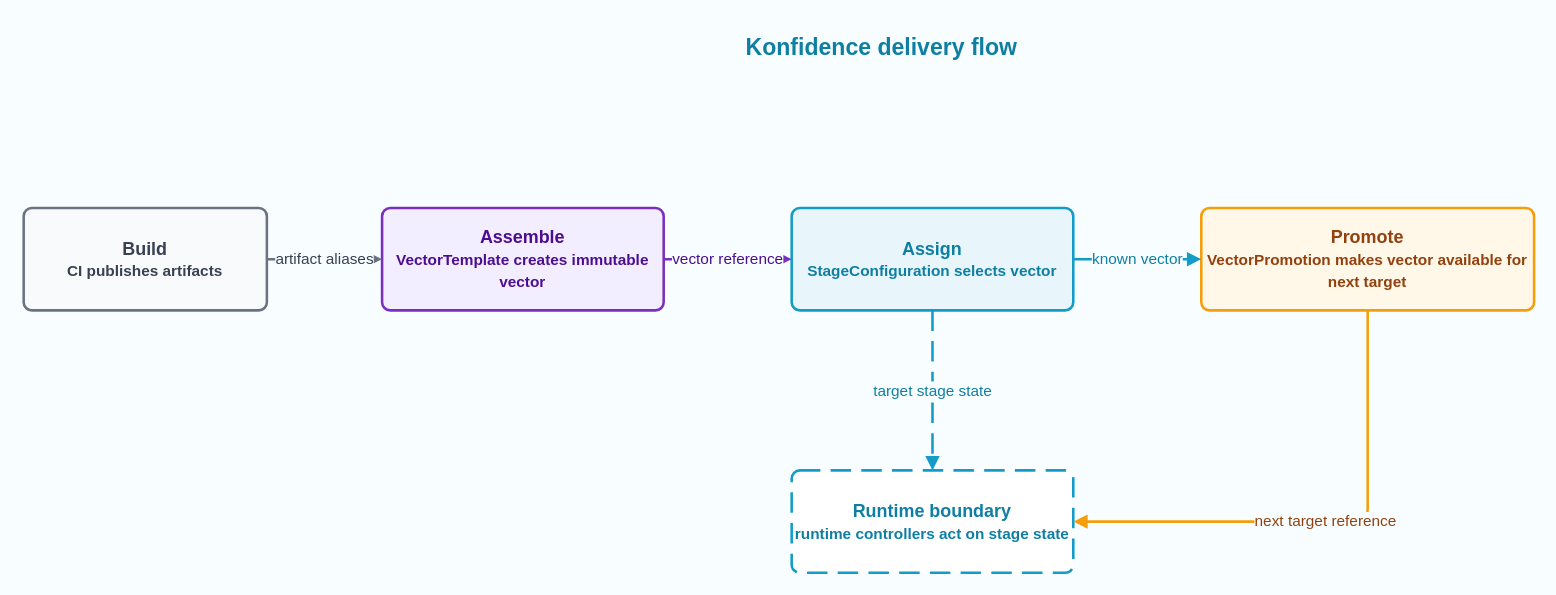
konfidence-project/konfidence-docs keeps this draw.io diagram as public/assets/diagrams/delivery-flow.drawio. Above is the earlier version. Source tidied: cells renumbered, new cells numbered last; positions are measured from the earlier drawing's top-left corner, leaving out a move shared by most shapes. Both pictures are drawn from the tidied source at 128%, with x=0, y=0 at pixel (23, 22).
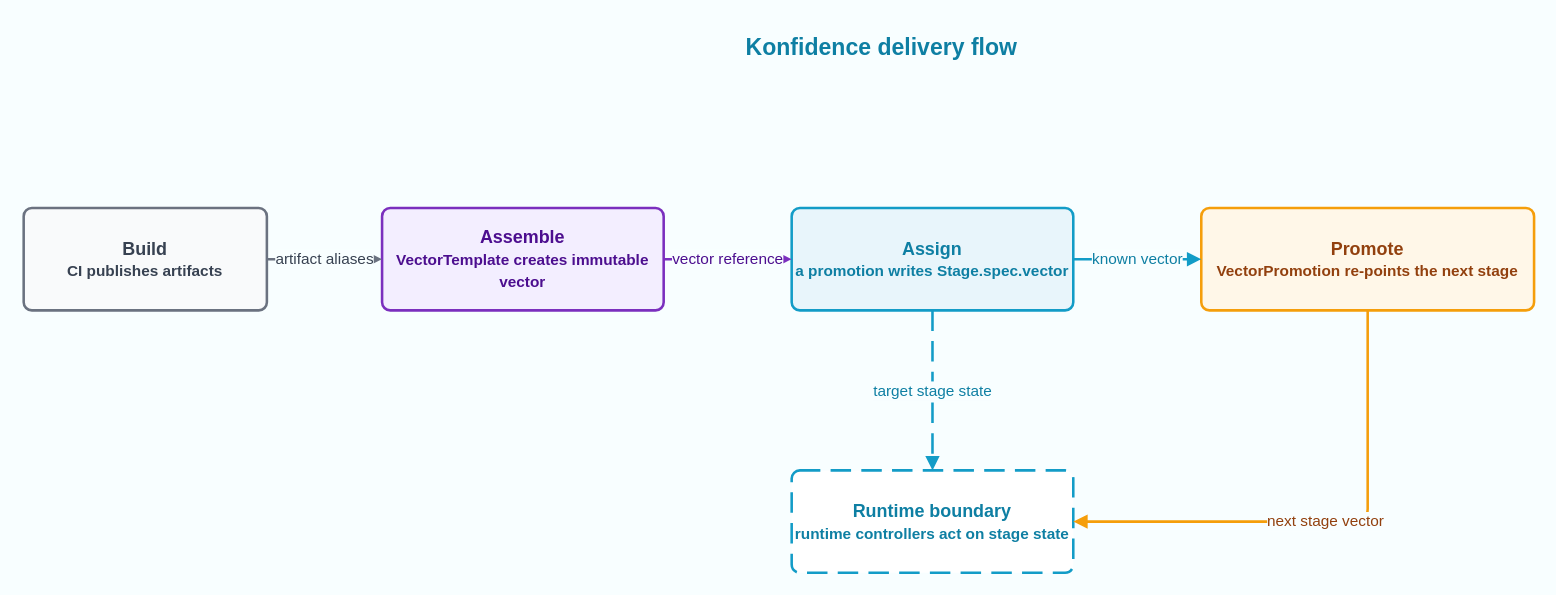
The same diagram, later.

Commit message (it also covers changes not shown here):
docs(core-concepts): align delivery-flow with the vector-repointing model

Replace the StageConfiguration assign phase and the re-alias/copy
promote wording: stages are written by promotions, a promotion
re-points the target stage at a concrete vector version, and each
VectorPromotion is an immutable record with its own status. Update the
resource reference list and the delivery-flow diagram accordingly.

Change to the diagram source:
```diff
@@
 <mxGraphModel background="#F8FEFF">
   <root>
     <mxCell id="0" />
     <mxCell id="1" parent="0" />
     <mxCell id="2" value="&lt;b&gt;&lt;font style=&quot;font-size: 18px;&quot;&gt;Konfidence delivery flow&lt;/font&gt;&lt;/b&gt;" style="text;html=1;strokeColor=none;fillColor=none;align=center;verticalAlign=middle;fontColor=#0E7FA3;" parent="1" vertex="1">
       <mxGeometry x="430" width="480" height="40" as="geometry" />
     </mxCell>
     <mxCell id="3" value="&lt;b&gt;Build&lt;/b&gt;&lt;div&gt;&lt;font style=&quot;font-size: 12px;&quot;&gt;CI publishes artifacts&lt;/font&gt;&lt;/div&gt;" style="rounded=1;arcSize=8;whiteSpace=wrap;html=1;fillColor=#F9FAFB;strokeColor=#6B7280;strokeWidth=2;fontSize=14;fontColor=#374151;fontStyle=1;" parent="1" vertex="1">
       <mxGeometry y="145" width="190" height="80" as="geometry" />
     </mxCell>
     <mxCell id="4" value="&lt;b&gt;Assemble&lt;/b&gt;&lt;div&gt;&lt;font style=&quot;font-size: 12px;&quot;&gt;VectorTemplate creates immutable vector&lt;/font&gt;&lt;/div&gt;" style="rounded=1;arcSize=8;whiteSpace=wrap;html=1;fillColor=#F3EEFF;strokeColor=#7B2FBE;strokeWidth=2;fontSize=14;fontColor=#4C0E8F;fontStyle=1;" parent="1" vertex="1">
       <mxGeometry x="280" y="145" width="220" height="80" as="geometry" />
     </mxCell>
-    <mxCell id="5" value="&lt;b&gt;Assign&lt;/b&gt;&lt;div&gt;&lt;font style=&quot;font-size: 12px;&quot;&gt;StageConfiguration selects vector&lt;/font&gt;&lt;/div&gt;" style="rounded=1;arcSize=8;whiteSpace=wrap;html=1;fillColor=#E8F5FB;strokeColor=#139CC7;strokeWidth=2;fontSize=14;fontColor=#0E7FA3;fontStyle=1;" parent="1" vertex="1">
+    <mxCell id="5" value="&lt;b&gt;Assign&lt;/b&gt;&lt;div&gt;&lt;font style=&quot;font-size: 12px;&quot;&gt;a promotion writes Stage.spec.vector&lt;/font&gt;&lt;/div&gt;" style="rounded=1;arcSize=8;whiteSpace=wrap;html=1;fillColor=#E8F5FB;strokeColor=#139CC7;strokeWidth=2;fontSize=14;fontColor=#0E7FA3;fontStyle=1;" parent="1" vertex="1">
       <mxGeometry x="600" y="145" width="220" height="80" as="geometry" />
     </mxCell>
-    <mxCell id="6" value="&lt;b&gt;Promote&lt;/b&gt;&lt;div&gt;&lt;font style=&quot;font-size: 12px;&quot;&gt;VectorPromotion makes vector available for next target&lt;/font&gt;&lt;/div&gt;" style="rounded=1;arcSize=8;whiteSpace=wrap;html=1;fillColor=#FFF7E8;strokeColor=#F59E0B;strokeWidth=2;fontSize=14;fontColor=#92400E;fontStyle=1;" parent="1" vertex="1">
+    <mxCell id="6" value="&lt;b&gt;Promote&lt;/b&gt;&lt;div&gt;&lt;font style=&quot;font-size: 12px;&quot;&gt;VectorPromotion re-points the next stage&lt;/font&gt;&lt;/div&gt;" style="rounded=1;arcSize=8;whiteSpace=wrap;html=1;fillColor=#FFF7E8;strokeColor=#F59E0B;strokeWidth=2;fontSize=14;fontColor=#92400E;fontStyle=1;" parent="1" vertex="1">
       <mxGeometry x="920" y="145" width="260" height="80" as="geometry" />
     </mxCell>
     <mxCell id="7" value="&lt;b&gt;Runtime boundary&lt;/b&gt;&lt;div&gt;&lt;font style=&quot;font-size: 12px;&quot;&gt;runtime controllers act on stage state&lt;/font&gt;&lt;/div&gt;" style="rounded=1;arcSize=8;whiteSpace=wrap;html=1;fillColor=#FFFFFF;strokeColor=#139CC7;strokeWidth=2;dashed=1;dashPattern=8 4;fontSize=14;fontColor=#0E7FA3;fontStyle=1;" parent="1" vertex="1">
       <mxGeometry x="600" y="350" width="220" height="80" as="geometry" />
     </mxCell>
     <mxCell id="8" value="artifact aliases" style="endArrow=block;endFill=1;strokeColor=#6B7280;strokeWidth=2;fontSize=12;fontColor=#374151;html=1;edgeStyle=orthogonalEdgeStyle;labelBackgroundColor=#F8FEFF;" parent="1" edge="1" source="3" target="4">
       <mxGeometry relative="1" as="geometry" />
     </mxCell>
     <mxCell id="9" value="vector reference" style="endArrow=block;endFill=1;strokeColor=#7B2FBE;strokeWidth=2;fontSize=12;fontColor=#4C0E8F;html=1;edgeStyle=orthogonalEdgeStyle;labelBackgroundColor=#F8FEFF;" parent="1" edge="1" source="4" target="5">
       <mxGeometry relative="1" as="geometry" />
     </mxCell>
     <mxCell id="10" value="known vector" style="endArrow=block;endFill=1;strokeColor=#139CC7;strokeWidth=2;fontSize=12;fontColor=#0E7FA3;html=1;edgeStyle=orthogonalEdgeStyle;labelBackgroundColor=#F8FEFF;" parent="1" edge="1" source="5" target="6">
       <mxGeometry relative="1" as="geometry" />
     </mxCell>
     <mxCell id="11" value="target stage state" style="endArrow=block;endFill=1;dashed=1;dashPattern=8 4;strokeColor=#139CC7;strokeWidth=2;fontSize=12;fontColor=#0E7FA3;html=1;edgeStyle=orthogonalEdgeStyle;labelBackgroundColor=#F8FEFF;exitX=0.5;exitY=1;exitDx=0;exitDy=0;entryX=0.5;entryY=0;entryDx=0;entryDy=0;" parent="1" edge="1" source="5" target="7">
       <mxGeometry relative="1" as="geometry" />
     </mxCell>
-    <mxCell id="12" value="next target reference" style="endArrow=block;endFill=1;strokeColor=#F59E0B;strokeWidth=2;fontSize=12;fontColor=#92400E;html=1;edgeStyle=orthogonalEdgeStyle;rounded=1;labelBackgroundColor=#F8FEFF;exitX=0.5;exitY=1;exitDx=0;exitDy=0;entryX=1;entryY=0.5;entryDx=0;entryDy=0;" parent="1" edge="1" source="6" target="7">
+    <mxCell id="12" value="next stage vector" style="endArrow=block;endFill=1;strokeColor=#F59E0B;strokeWidth=2;fontSize=12;fontColor=#92400E;html=1;edgeStyle=orthogonalEdgeStyle;rounded=1;labelBackgroundColor=#F8FEFF;exitX=0.5;exitY=1;exitDx=0;exitDy=0;entryX=1;entryY=0.5;entryDx=0;entryDy=0;" parent="1" edge="1" source="6" target="7">
       <mxGeometry relative="1" as="geometry">
         <Array as="points">
           <mxPoint x="1050" y="390" />
         </Array>
       </mxGeometry>
     </mxCell>
   </root>
 </mxGraphModel>
```
